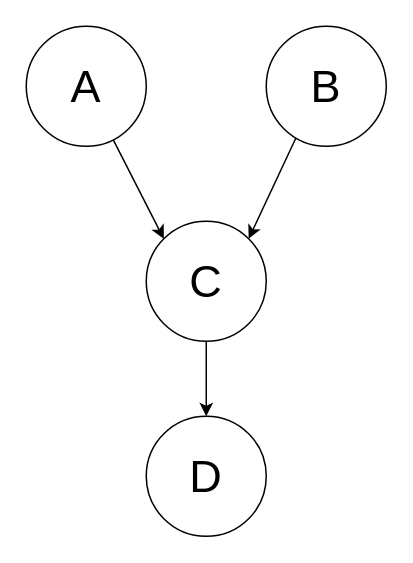
aemiliusRetiarius/skripsie_2021 keeps this draw.io diagram as reconstruct_pgm/Figures/bayes_pgm.drawio. Above is the earlier version. Source tidied: cells renumbered, new cells numbered last; positions are measured from the earlier drawing's top-left corner, leaving out a move shared by most shapes. Both pictures are drawn from the tidied source at 150%, with x=0, y=0 at pixel (26, 26).
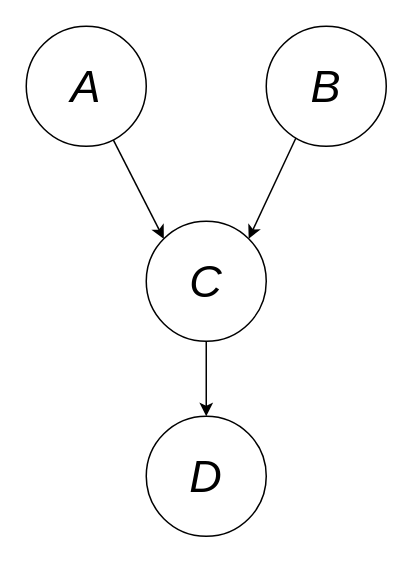
After the change.

Commit message (it also covers changes not shown here):
Updated figure to italics

The edit, as a diff of the source:
```diff
@@
 <mxGraphModel>
   <root>
     <mxCell id="0" />
     <mxCell id="1" parent="0" />
     <mxCell id="2" style="rounded=0;jettySize=auto;html=1;entryX=0;entryY=0;entryDx=0;entryDy=0;fontSize=30;" parent="1" edge="1" source="3" target="7">
       <mxGeometry relative="1" as="geometry" />
     </mxCell>
-    <mxCell id="3" value="&lt;font style=&quot;font-size: 30px&quot;&gt;A&lt;/font&gt;" style="ellipse;whiteSpace=wrap;html=1;" parent="1" vertex="1">
+    <mxCell id="3" value="&lt;font style=&quot;font-size: 30px&quot;&gt;&lt;i&gt;A&lt;/i&gt;&lt;/font&gt;" style="ellipse;whiteSpace=wrap;html=1;" parent="1" vertex="1">
       <mxGeometry width="80" height="80" as="geometry" />
     </mxCell>
     <mxCell id="4" style="edgeStyle=none;rounded=0;jettySize=auto;html=1;exitX=0.25;exitY=0.925;exitDx=0;exitDy=0;entryX=1;entryY=0;entryDx=0;entryDy=0;fontSize=30;exitPerimeter=0;" parent="1" edge="1" source="5" target="7">
       <mxGeometry relative="1" as="geometry" />
     </mxCell>
-    <mxCell id="5" value="&lt;font style=&quot;font-size: 30px&quot;&gt;B&lt;/font&gt;" style="ellipse;whiteSpace=wrap;html=1;" parent="1" vertex="1">
+    <mxCell id="5" value="&lt;font style=&quot;font-size: 30px&quot;&gt;&lt;i&gt;B&lt;/i&gt;&lt;/font&gt;" style="ellipse;whiteSpace=wrap;html=1;" parent="1" vertex="1">
       <mxGeometry x="160" width="80" height="80" as="geometry" />
     </mxCell>
     <mxCell id="6" style="edgeStyle=none;rounded=0;jettySize=auto;html=1;exitX=0.5;exitY=1;exitDx=0;exitDy=0;fontSize=30;" parent="1" edge="1" source="7" target="8">
       <mxGeometry relative="1" as="geometry" />
     </mxCell>
-    <mxCell id="7" value="&lt;font style=&quot;font-size: 30px&quot;&gt;C&lt;/font&gt;" style="ellipse;whiteSpace=wrap;html=1;" parent="1" vertex="1">
+    <mxCell id="7" value="&lt;font style=&quot;font-size: 30px&quot;&gt;&lt;i&gt;C&lt;/i&gt;&lt;/font&gt;" style="ellipse;whiteSpace=wrap;html=1;" parent="1" vertex="1">
       <mxGeometry x="80" y="130" width="80" height="80" as="geometry" />
     </mxCell>
-    <mxCell id="8" value="&lt;font style=&quot;font-size: 30px&quot;&gt;D&lt;/font&gt;" style="ellipse;whiteSpace=wrap;html=1;" parent="1" vertex="1">
+    <mxCell id="8" value="&lt;font style=&quot;font-size: 30px&quot;&gt;&lt;i&gt;D&lt;/i&gt;&lt;/font&gt;" style="ellipse;whiteSpace=wrap;html=1;" parent="1" vertex="1">
       <mxGeometry x="80" y="260" width="80" height="80" as="geometry" />
     </mxCell>
   </root>
 </mxGraphModel>
```
